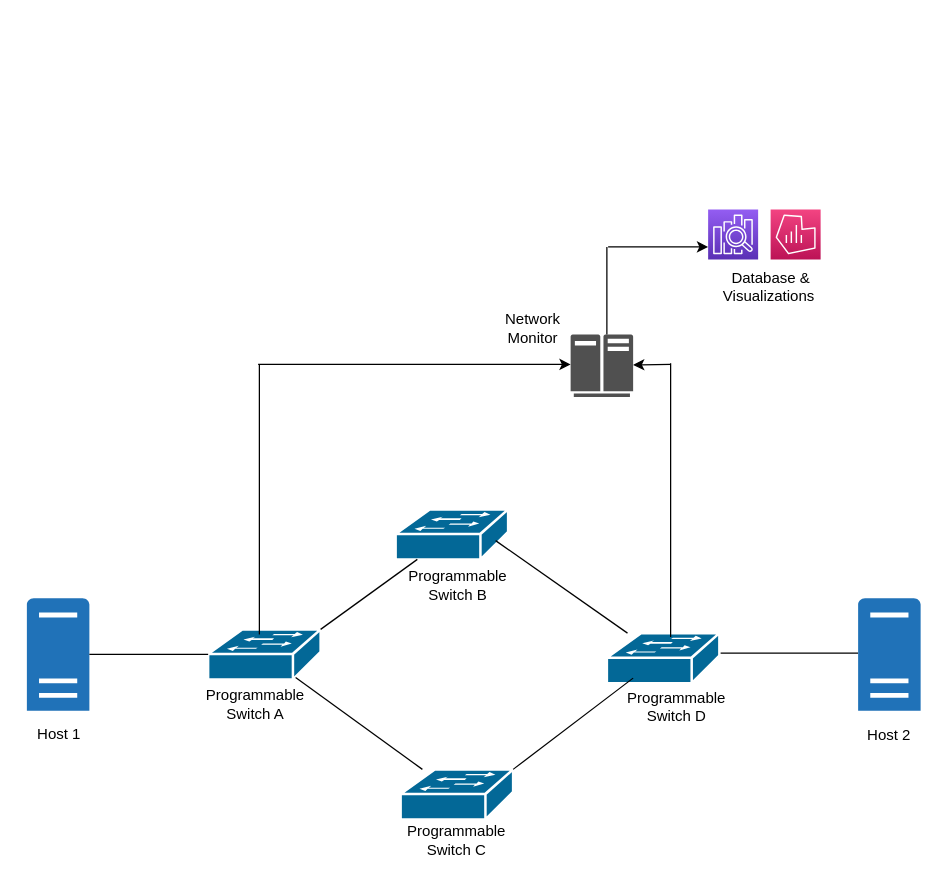
The draw.io diagram page "Page-1" (1 of 2) of docs/Project Report/Screenshots/Project_Proposal_Topology.drawio in kiran-asu5115/CSE534-Course-Project, before the edit. Source tidied: cells renumbered, new cells numbered last; positions are measured from the earlier drawing's top-left corner, leaving out a move shared by most shapes. Both pictures are drawn from the tidied source at 125%, with x=0, y=0 at pixel (21, 209).
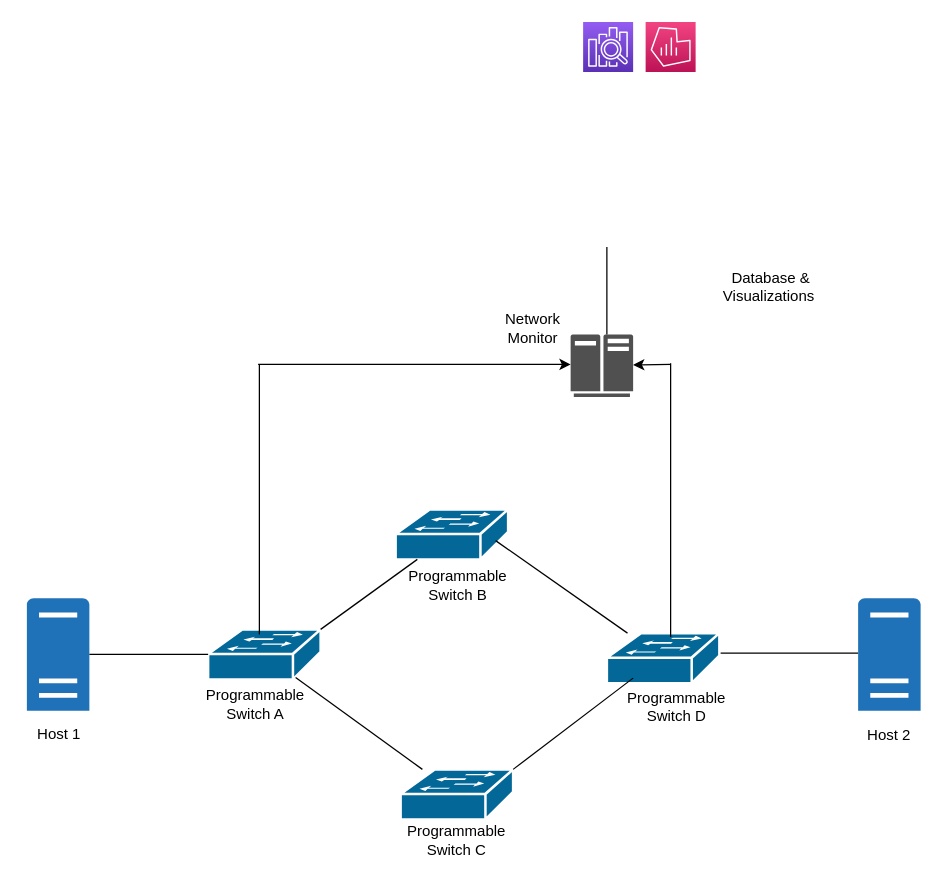
After the change.

What changed in the source:
```diff
@@
     <mxCell id="22" style="sketch=0;fontColor=#232F3E;gradientColor=#F34482;gradientDirection=north;fillColor=#BC1356;strokeColor=#ffffff;dashed=0;verticalLabelPosition=bottom;verticalAlign=top;align=center;html=1;fontSize=12;fontStyle=0;shape=mxgraph.aws4.resourceIcon;resIcon=mxgraph.aws4.managed_service_for_grafana;" parent="1" vertex="1">
-      <mxGeometry x="599" width="40" height="40" as="geometry" />
+      <mxGeometry x="499" y="-150" width="40" height="40" as="geometry" />
     </mxCell>
     <mxCell id="23" style="sketch=0;points=[[0,0,0],[0.25,0,0],[0.5,0,0],[0.75,0,0],[1,0,0],[0,1,0],[0.25,1,0],[0.5,1,0],[0.75,1,0],[1,1,0],[0,0.25,0],[0,0.5,0],[0,0.75,0],[1,0.25,0],[1,0.5,0],[1,0.75,0]];outlineConnect=0;fontColor=#232F3E;gradientColor=#945DF2;gradientDirection=north;fillColor=#5A30B5;strokeColor=#ffffff;dashed=0;verticalLabelPosition=bottom;verticalAlign=top;align=center;html=1;fontSize=12;fontStyle=0;shape=mxgraph.aws4.resourceIcon;resIcon=mxgraph.aws4.elasticsearch_service;" parent="1" vertex="1">
-      <mxGeometry x="549" width="40" height="40" as="geometry" />
+      <mxGeometry x="449" y="-150" width="40" height="40" as="geometry" />
     </mxCell>
@@
-    <mxCell id="28" style="endArrow=classic;html=1;rounded=0;fontColor=#0000FF;entryX=0;entryY=0.75;entryDx=0;entryDy=0;entryPerimeter=0;" parent="1" edge="1" target="23">
-      <mxGeometry relative="1" as="geometry">
-        <mxPoint x="469" y="30" as="sourcePoint" />
-        <Array as="points">
-          <mxPoint x="489" y="30" />
-        </Array>
-      </mxGeometry>
-    </mxCell>
```
